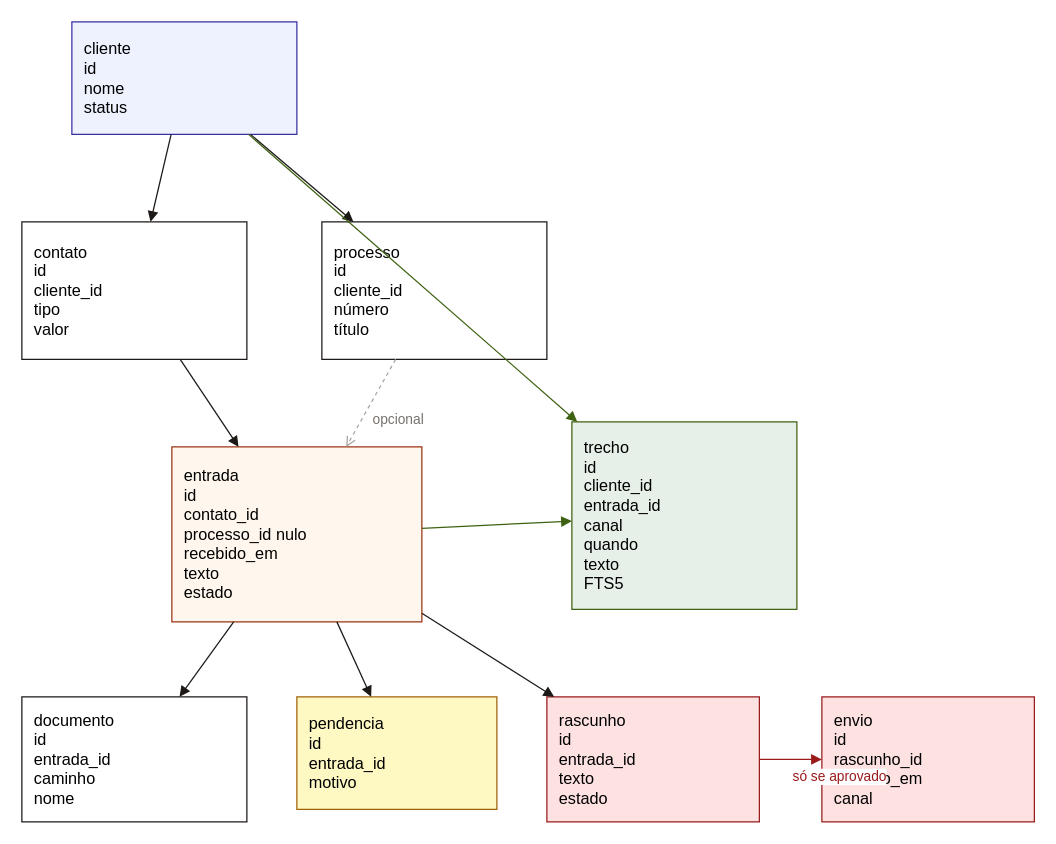
Before: docs/flow-data.drawio in sibinel/flow, a draw.io diagram. Source tidied: cells renumbered, new cells numbered last; positions are measured from the earlier drawing's top-left corner, leaving out a move shared by most shapes. Both pictures are drawn from the tidied source at 125%, with x=0, y=0 at pixel (21, 21).
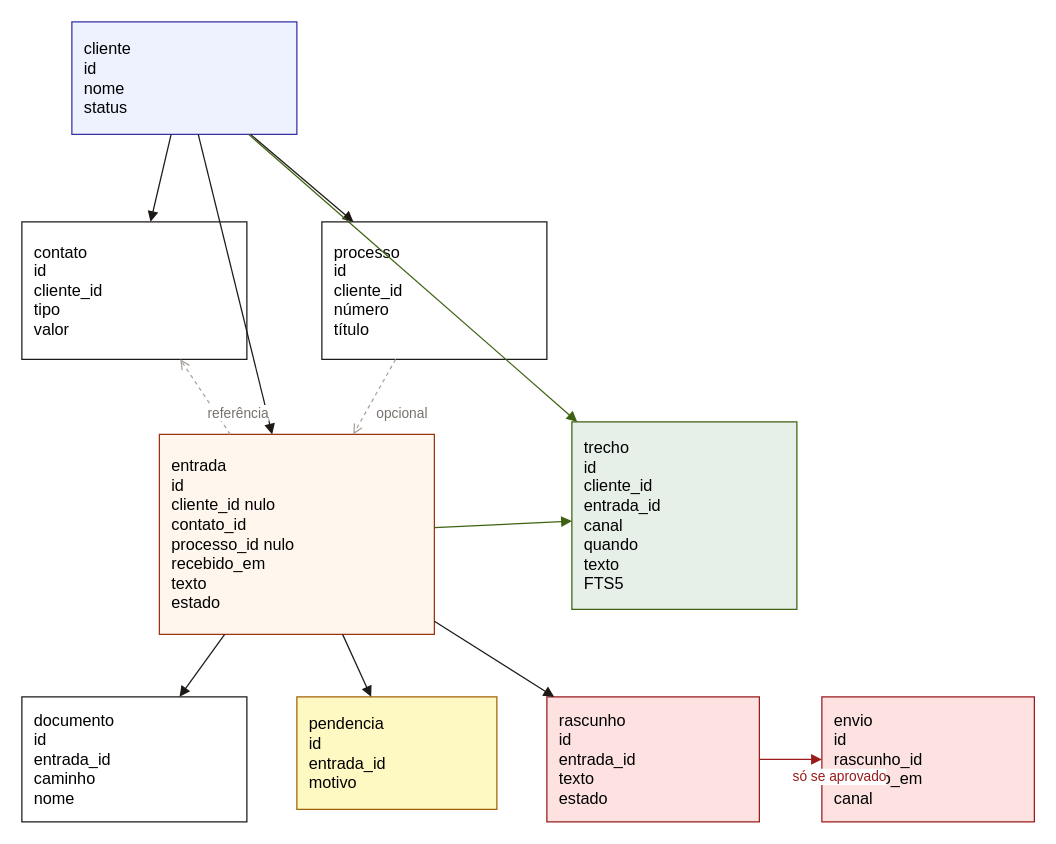
After the change.

Commit message (it also covers changes not shown here):
Connect entrada directly to the client.

The change refers to these unchanged cells:
```xml
<mxCell id="2" value="cliente&#10;id&#10;nome&#10;status" style="rounded=0;whiteSpace=wrap;html=1;fillColor=#eef2ff;strokeColor=#3730a3;align=left;spacingLeft=8;fontSize=13;" parent="1" vertex="1">
  <mxGeometry x="40" width="180" height="90" as="geometry" />
</mxCell>
<mxCell id="3" value="contato&#10;id&#10;cliente_id&#10;tipo&#10;valor" style="rounded=0;whiteSpace=wrap;html=1;fillColor=#ffffff;strokeColor=#1c1917;align=left;spacingLeft=8;fontSize=13;" parent="1" vertex="1">
  <mxGeometry y="160" width="180" height="110" as="geometry" />
</mxCell>
```

What changed in the source:
```diff
@@
-    <mxCell id="5" value="entrada&#10;id&#10;contato_id&#10;processo_id nulo&#10;recebido_em&#10;texto&#10;estado" style="rounded=0;whiteSpace=wrap;html=1;fillColor=#fff7ed;strokeColor=#9a3412;align=left;spacingLeft=8;fontSize=13;" parent="1" vertex="1">
-      <mxGeometry x="120" y="340" width="200" height="140" as="geometry" />
+    <mxCell id="5" value="entrada&#10;id&#10;cliente_id nulo&#10;contato_id&#10;processo_id nulo&#10;recebido_em&#10;texto&#10;estado" style="rounded=0;whiteSpace=wrap;html=1;fillColor=#fff7ed;strokeColor=#9a3412;align=left;spacingLeft=8;fontSize=13;" parent="1" vertex="1">
+      <mxGeometry x="110" y="330" width="220" height="160" as="geometry" />
     </mxCell>
@@
-    <mxCell id="13" style="endArrow=block;html=1;strokeColor=#1c1917;" parent="1" edge="1" source="3" target="5">
+    <mxCell id="13" style="endArrow=block;html=1;strokeColor=#1c1917;" parent="1" edge="1" source="2" target="5">
       <mxGeometry relative="1" as="geometry" />
     </mxCell>
+    <mxCell id="23" style="endArrow=open;dashed=1;html=1;strokeColor=#a8a29e;" parent="1" edge="1" source="5" target="3">
+      <mxGeometry relative="1" as="geometry" />
+    </mxCell>
+    <mxCell id="24" value="referência" style="edgeLabel;html=1;fontSize=11;fontColor=#78716c;" parent="23" vertex="1">
+      <mxGeometry relative="1" as="geometry" />
+    </mxCell>
```
